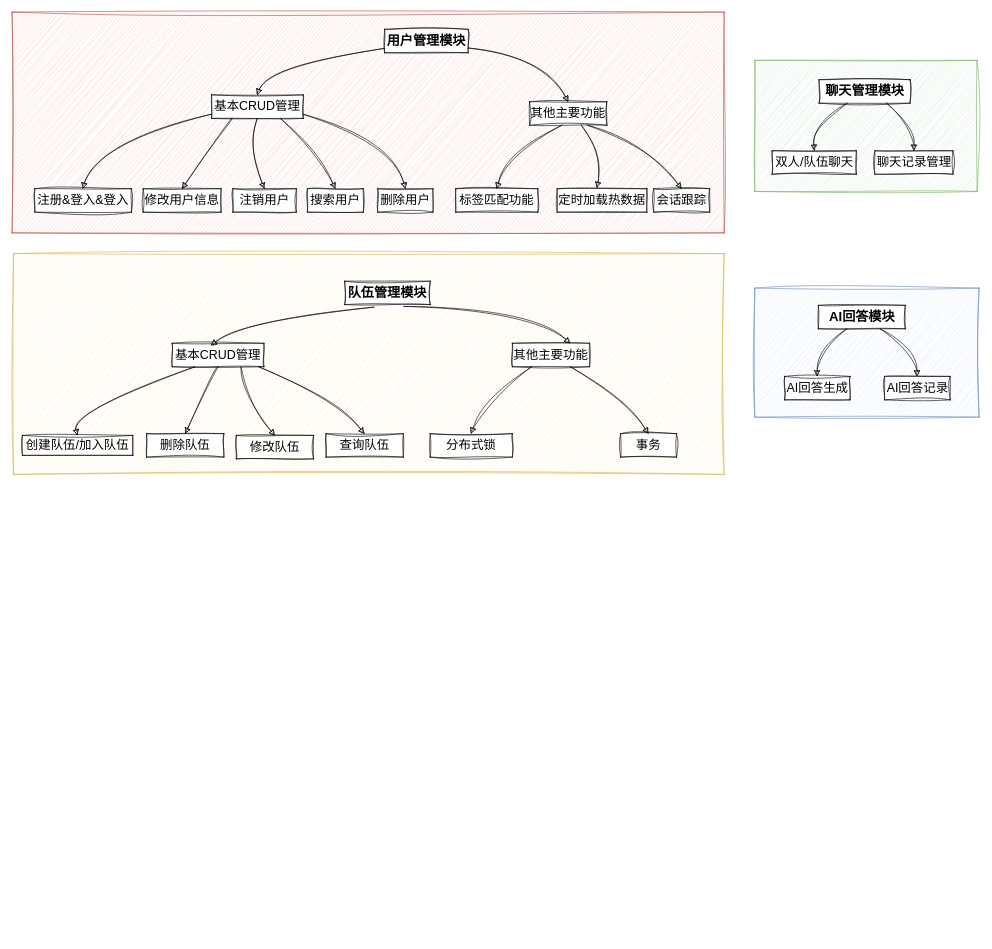
Above: 朋友匹配功能结构.drawio in nmdsbzmhbkyy/resources (draw.io), before the change. Source tidied: cells renumbered, new cells numbered last; positions are measured from the earlier drawing's top-left corner, leaving out a move shared by most shapes. Both pictures are drawn from the tidied source at 69%, with x=0, y=0 at pixel (12, 12).
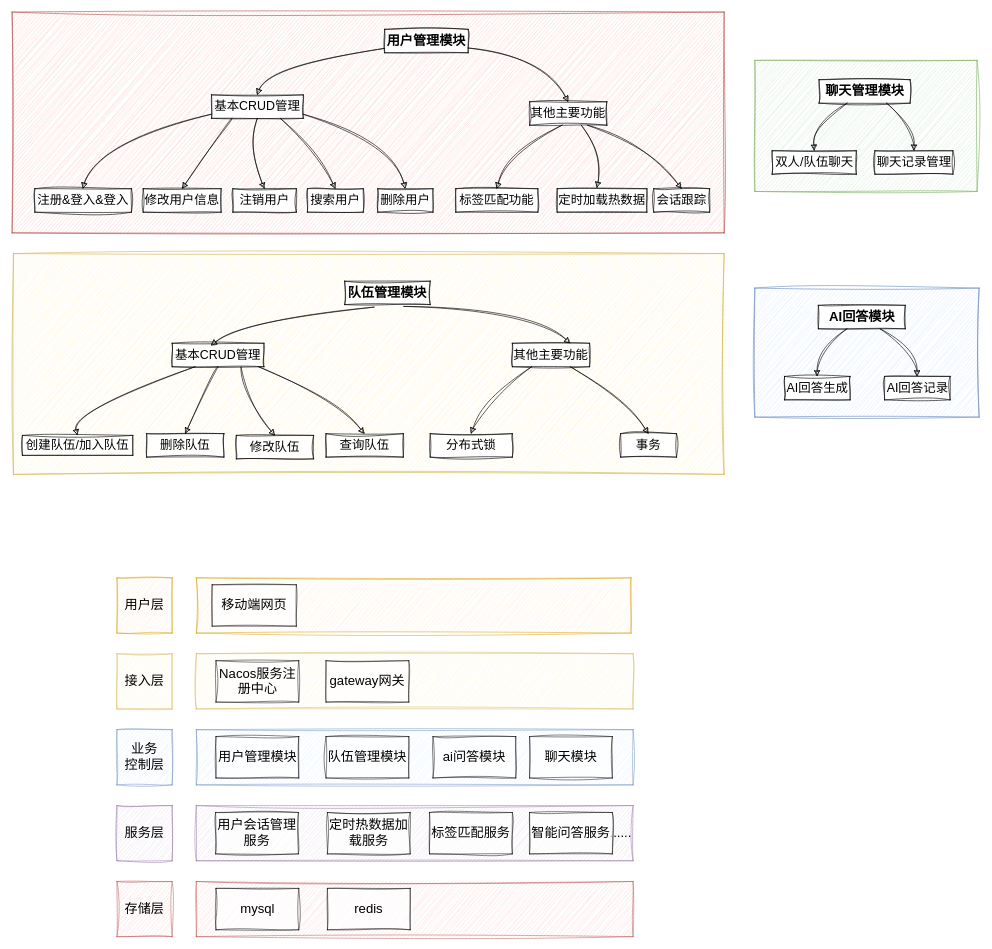
The same diagram, later.

Commit message (it also covers changes not shown here):
朋友匹配功能结构.drawio

The edit, as a diff of the source:
```diff
@@
+    <mxCell id="55" value="用户层" style="whiteSpace=wrap;html=1;fontSize=19;fillColor=#ffe6cc;strokeColor=#d79b00;opacity=70;shadow=0;sketch=1;curveFitting=1;jiggle=2;" parent="1" vertex="1">
+      <mxGeometry x="152" y="820" width="80" height="80" as="geometry" />
+    </mxCell>
+    <mxCell id="56" value="接入层" style="whiteSpace=wrap;html=1;fontSize=19;fillColor=#fff2cc;strokeColor=#d6b656;opacity=70;shadow=0;sketch=1;curveFitting=1;jiggle=2;" parent="1" vertex="1">
+      <mxGeometry x="152" y="930" width="80" height="80" as="geometry" />
+    </mxCell>
+    <mxCell id="57" value="业务&lt;br&gt;控制层" style="whiteSpace=wrap;html=1;fontSize=19;fillColor=#dae8fc;strokeColor=#6c8ebf;opacity=70;shadow=0;sketch=1;curveFitting=1;jiggle=2;" parent="1" vertex="1">
+      <mxGeometry x="152" y="1040" width="80" height="80" as="geometry" />
+    </mxCell>
+    <mxCell id="58" value="服务层" style="whiteSpace=wrap;html=1;fontSize=19;fillColor=#e1d5e7;strokeColor=#9673a6;opacity=70;shadow=0;sketch=1;curveFitting=1;jiggle=2;" parent="1" vertex="1">
+      <mxGeometry x="152" y="1150" width="80" height="80" as="geometry" />
+    </mxCell>
+    <mxCell id="59" value="存储层" style="whiteSpace=wrap;html=1;fontSize=19;fillColor=#f8cecc;strokeColor=#b85450;opacity=70;shadow=0;sketch=1;curveFitting=1;jiggle=2;" parent="1" vertex="1">
+      <mxGeometry x="152" y="1260" width="80" height="80" as="geometry" />
+    </mxCell>
+    <mxCell id="60" style="rounded=0;whiteSpace=wrap;html=1;fontSize=19;fillColor=#ffe6cc;strokeColor=#d79b00;opacity=70;shadow=0;sketch=1;curveFitting=1;jiggle=2;" parent="1" vertex="1">
+      <mxGeometry x="267" y="820" width="630" height="80" as="geometry" />
+    </mxCell>
+    <mxCell id="61" value="移动端网页" style="rounded=0;whiteSpace=wrap;html=1;fontSize=19;opacity=70;shadow=0;sketch=1;curveFitting=1;jiggle=2;" parent="1" vertex="1">
+      <mxGeometry x="290" y="830" width="122" height="60" as="geometry" />
+    </mxCell>
+    <mxCell id="62" style="rounded=0;whiteSpace=wrap;html=1;fontSize=19;fillColor=#fff2cc;strokeColor=#d6b656;opacity=70;shadow=0;sketch=1;curveFitting=1;jiggle=2;" parent="1" vertex="1">
+      <mxGeometry x="267" y="930" width="633" height="80" as="geometry" />
+    </mxCell>
+    <mxCell id="63" value="Nacos服务注册中心" style="rounded=0;whiteSpace=wrap;html=1;fontSize=19;opacity=70;shadow=0;sketch=1;curveFitting=1;jiggle=2;" parent="1" vertex="1">
+      <mxGeometry x="295.5" y="940" width="120" height="60" as="geometry" />
+    </mxCell>
+    <mxCell id="64" value="gateway网关" style="rounded=0;whiteSpace=wrap;html=1;fontSize=19;opacity=70;shadow=0;sketch=1;curveFitting=1;jiggle=2;" parent="1" vertex="1">
+      <mxGeometry x="455" y="940" width="120" height="60" as="geometry" />
+    </mxCell>
+    <mxCell id="65" style="rounded=0;whiteSpace=wrap;html=1;fontSize=19;fillColor=#dae8fc;strokeColor=#6c8ebf;opacity=70;shadow=0;sketch=1;curveFitting=1;jiggle=2;" parent="1" vertex="1">
+      <mxGeometry x="267" y="1040" width="633" height="80" as="geometry" />
+    </mxCell>
+    <mxCell id="66" value="用户管理模块" style="rounded=0;whiteSpace=wrap;html=1;fontSize=19;opacity=70;shadow=0;sketch=1;curveFitting=1;jiggle=2;" parent="1" vertex="1">
+      <mxGeometry x="295.5" y="1050" width="120" height="60" as="geometry" />
+    </mxCell>
+    <mxCell id="67" value="队伍管理模块" style="rounded=0;whiteSpace=wrap;html=1;fontSize=19;opacity=70;shadow=0;sketch=1;curveFitting=1;jiggle=2;" parent="1" vertex="1">
+      <mxGeometry x="455" y="1050" width="120" height="60" as="geometry" />
+    </mxCell>
+    <mxCell id="68" value="ai问答模块" style="rounded=0;whiteSpace=wrap;html=1;fontSize=19;opacity=70;shadow=0;sketch=1;curveFitting=1;jiggle=2;" parent="1" vertex="1">
+      <mxGeometry x="610" y="1050" width="120" height="60" as="geometry" />
+    </mxCell>
+    <mxCell id="69" value="聊天模块" style="rounded=0;whiteSpace=wrap;html=1;fontSize=19;opacity=70;shadow=0;sketch=1;curveFitting=1;jiggle=2;" parent="1" vertex="1">
+      <mxGeometry x="750" y="1050" width="120" height="60" as="geometry" />
+    </mxCell>
+    <mxCell id="70" value="......" style="rounded=0;whiteSpace=wrap;html=1;align=right;fontSize=19;fillColor=#e1d5e7;strokeColor=#9673a6;opacity=70;shadow=0;sketch=1;curveFitting=1;jiggle=2;" parent="1" vertex="1">
+      <mxGeometry x="267" y="1150" width="633" height="80" as="geometry" />
+    </mxCell>
+    <mxCell id="71" value="用户会话管理服务" style="rounded=0;whiteSpace=wrap;html=1;fontSize=19;opacity=70;shadow=0;sketch=1;curveFitting=1;jiggle=2;" parent="1" vertex="1">
+      <mxGeometry x="295" y="1160" width="120" height="60" as="geometry" />
+    </mxCell>
+    <mxCell id="72" value="定时热数据加载服务" style="rounded=0;whiteSpace=wrap;html=1;fontSize=19;opacity=70;shadow=0;sketch=1;curveFitting=1;jiggle=2;" parent="1" vertex="1">
+      <mxGeometry x="457" y="1160" width="120" height="60" as="geometry" />
+    </mxCell>
+    <mxCell id="73" value="标签匹配服务" style="rounded=0;whiteSpace=wrap;html=1;fontSize=19;opacity=70;shadow=0;sketch=1;curveFitting=1;jiggle=2;" parent="1" vertex="1">
+      <mxGeometry x="605" y="1160" width="120" height="60" as="geometry" />
+    </mxCell>
+    <mxCell id="74" value="智能问答服务" style="rounded=0;whiteSpace=wrap;html=1;fontSize=19;opacity=70;shadow=0;sketch=1;curveFitting=1;jiggle=2;" parent="1" vertex="1">
+      <mxGeometry x="750" y="1160" width="120" height="60" as="geometry" />
+    </mxCell>
+    <mxCell id="75" style="rounded=0;whiteSpace=wrap;html=1;fontSize=19;fillColor=#f8cecc;strokeColor=#b85450;opacity=70;shadow=0;sketch=1;curveFitting=1;jiggle=2;" parent="1" vertex="1">
+      <mxGeometry x="267" y="1260" width="633" height="80" as="geometry" />
+    </mxCell>
+    <mxCell id="76" value="mysql" style="rounded=0;whiteSpace=wrap;html=1;fontSize=19;opacity=70;shadow=0;sketch=1;curveFitting=1;jiggle=2;" parent="1" vertex="1">
+      <mxGeometry x="295.5" y="1270" width="120" height="60" as="geometry" />
+    </mxCell>
+    <mxCell id="77" value="redis" style="rounded=0;whiteSpace=wrap;html=1;fontSize=19;opacity=70;shadow=0;sketch=1;curveFitting=1;jiggle=2;" parent="1" vertex="1">
+      <mxGeometry x="457" y="1270" width="120" height="60" as="geometry" />
+    </mxCell>
```
